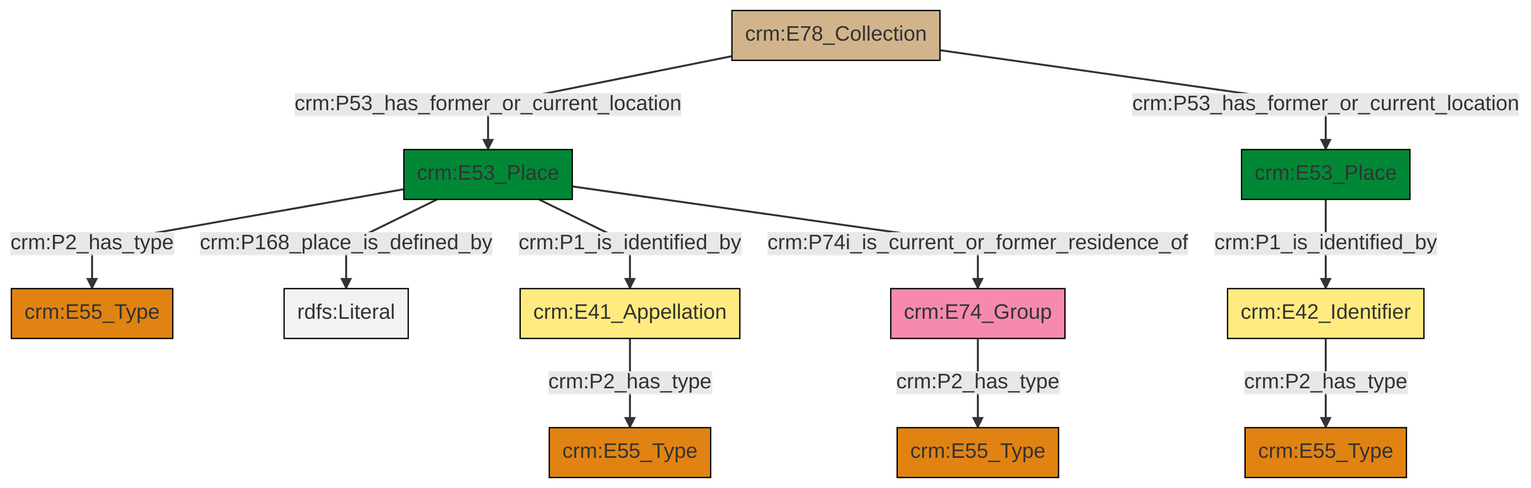
Earlier version of the Mermaid export et/archivalCSV/ttl/mmd/png/archival_location.png (swiss-art-research-net/docs.swissartresearch). Its source is kept beside it as et/archivalCSV/ttl/mmd/archival_location.ttl.mmd.
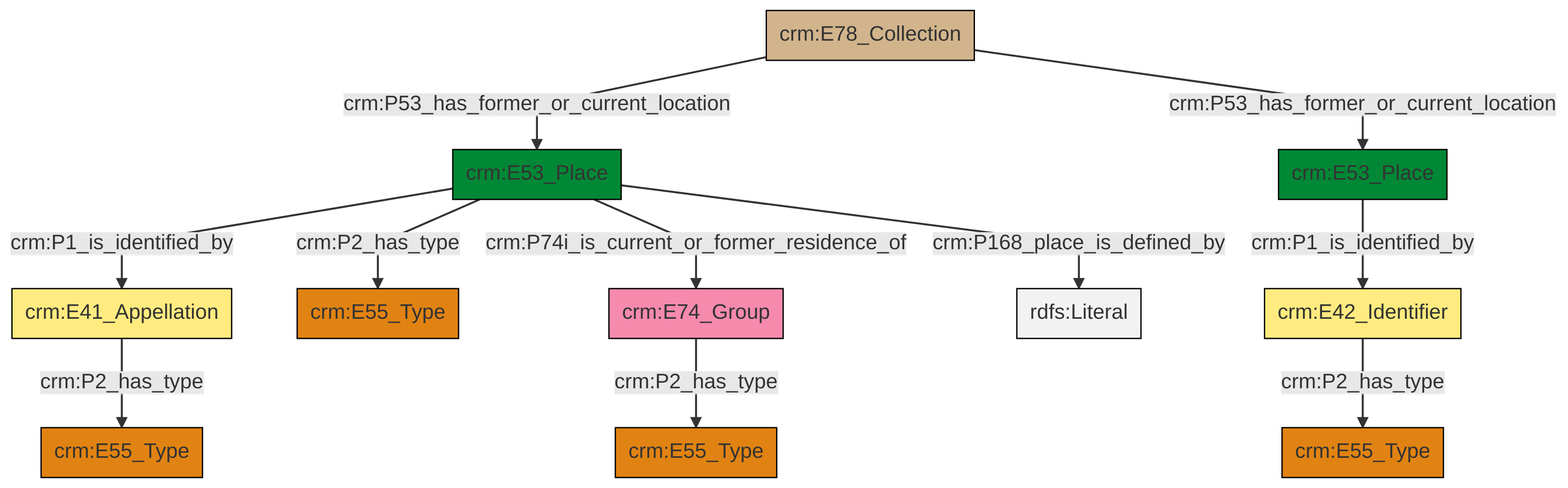
After the commit.

The edit, as a diff of the source:
```diff
@@ -13,13 +13,13 @@
 classDef PC_Classes fill:#4ce600, stroke:#000000;
 classDef Multi fill:#cccccc,stroke:#000000;
 
-4["crm:E78_Collection"]:::Physical_Thing -->|crm:P53_has_former_or_current_location| 5["crm:E53_Place"]:::Place
-0["crm:E42_Identifier"]:::Appellation -->|crm:P2_has_type| 8["crm:E55_Type"]:::Type
-5["crm:E53_Place"]:::Place -->|crm:P2_has_type| 12["crm:E55_Type"]:::Type
-2["crm:E53_Place"]:::Place -->|crm:P1_is_identified_by| 0["crm:E42_Identifier"]:::Appellation
-6["crm:E41_Appellation"]:::Appellation -->|crm:P2_has_type| 14["crm:E55_Type"]:::Type
-9["crm:E74_Group"]:::Actor -->|crm:P2_has_type| 16["crm:E55_Type"]:::Type
-5["crm:E53_Place"]:::Place -->|crm:P168_place_is_defined_by| 21[rdfs:Literal]:::Literal
-5["crm:E53_Place"]:::Place -->|crm:P1_is_identified_by| 6["crm:E41_Appellation"]:::Appellation
-4["crm:E78_Collection"]:::Physical_Thing -->|crm:P53_has_former_or_current_location| 2["crm:E53_Place"]:::Place
-5["crm:E53_Place"]:::Place -->|crm:P74i_is_current_or_former_residence_of| 9["crm:E74_Group"]:::Actor
+0["crm:E53_Place"]:::Place -->|crm:P1_is_identified_by| 1["crm:E42_Identifier"]:::Appellation
+8["crm:E74_Group"]:::Actor -->|crm:P2_has_type| 5["crm:E55_Type"]:::Type
+9["crm:E53_Place"]:::Place -->|crm:P168_place_is_defined_by| 10[rdfs:Literal]:::Literal
+11["crm:E78_Collection"]:::Physical_Thing -->|crm:P53_has_former_or_current_location| 9["crm:E53_Place"]:::Place
+9["crm:E53_Place"]:::Place -->|crm:P2_has_type| 2["crm:E55_Type"]:::Type
+9["crm:E53_Place"]:::Place -->|crm:P1_is_identified_by| 16["crm:E41_Appellation"]:::Appellation
+11["crm:E78_Collection"]:::Physical_Thing -->|crm:P53_has_former_or_current_location| 0["crm:E53_Place"]:::Place
+9["crm:E53_Place"]:::Place -->|crm:P74i_is_current_or_former_residence_of| 8["crm:E74_Group"]:::Actor
+16["crm:E41_Appellation"]:::Appellation -->|crm:P2_has_type| 17["crm:E55_Type"]:::Type
+1["crm:E42_Identifier"]:::Appellation -->|crm:P2_has_type| 12["crm:E55_Type"]:::Type
```
